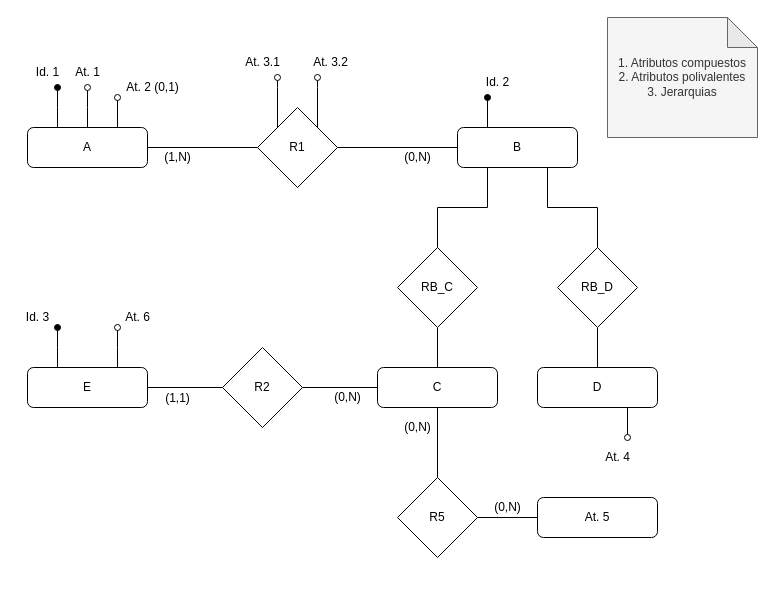
Before: BD/Pre-Ev/P2014/P2014-02-logico.drawio in sergiocld99/unlp-tramo-final, a draw.io diagram. Source tidied: cells renumbered, new cells numbered last; positions are measured from the earlier drawing's top-left corner, leaving out a move shared by most shapes. Both pictures are drawn from the tidied source at 100%, with x=0, y=0 at pixel (17, 17).
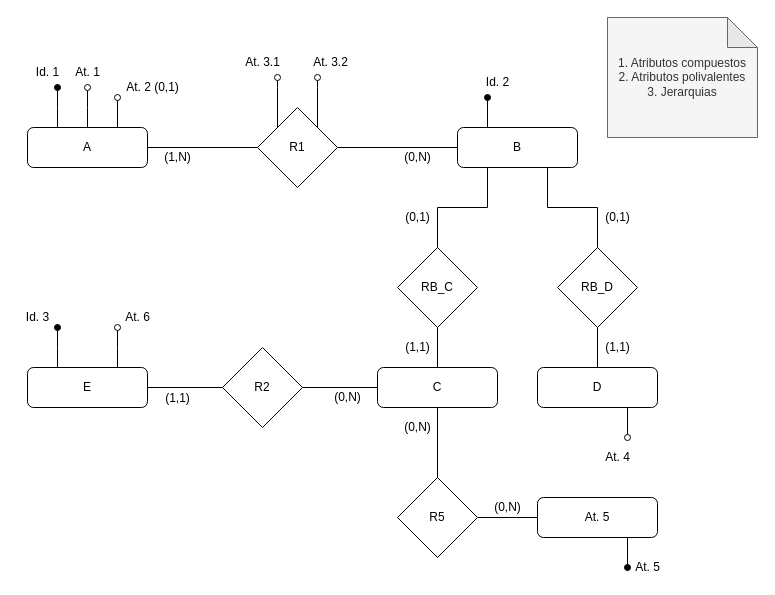
The same diagram, later.

The change refers to these unchanged cells:
```xml
<mxCell id="34" value="At. 5" style="rounded=1;whiteSpace=wrap;html=1;" parent="1" vertex="1">
  <mxGeometry x="520" y="480" width="120" height="40" as="geometry" />
</mxCell>
```

The edit, as a diff of the source:
```diff
@@
+    <mxCell id="48" style="edgeStyle=orthogonalEdgeStyle;rounded=0;jettySize=auto;html=1;exitX=0.75;exitY=1;exitDx=0;exitDy=0;endArrow=oval;endFill=1;" parent="1" edge="1" source="34">
+      <mxGeometry relative="1" as="geometry">
+        <mxPoint x="610" y="550" as="targetPoint" />
+      </mxGeometry>
+    </mxCell>
@@
+    <mxCell id="49" value="At. 5" style="text;html=1;align=center;verticalAlign=middle;strokeColor=none;fillColor=none;" parent="1" vertex="1">
+      <mxGeometry x="610" y="540" width="40" height="20" as="geometry" />
+    </mxCell>
+    <mxCell id="50" value="(0,1)" style="text;html=1;align=center;verticalAlign=middle;strokeColor=none;fillColor=none;" parent="1" vertex="1">
+      <mxGeometry x="380" y="190" width="40" height="20" as="geometry" />
+    </mxCell>
+    <mxCell id="51" value="(0,1)" style="text;html=1;align=center;verticalAlign=middle;strokeColor=none;fillColor=none;" parent="1" vertex="1">
+      <mxGeometry x="580" y="190" width="40" height="20" as="geometry" />
+    </mxCell>
+    <mxCell id="52" value="(1,1)" style="text;html=1;align=center;verticalAlign=middle;strokeColor=none;fillColor=none;" parent="1" vertex="1">
+      <mxGeometry x="380" y="320" width="40" height="20" as="geometry" />
+    </mxCell>
+    <mxCell id="53" value="(1,1)" style="text;html=1;align=center;verticalAlign=middle;strokeColor=none;fillColor=none;" parent="1" vertex="1">
+      <mxGeometry x="580" y="320" width="40" height="20" as="geometry" />
+    </mxCell>
```
